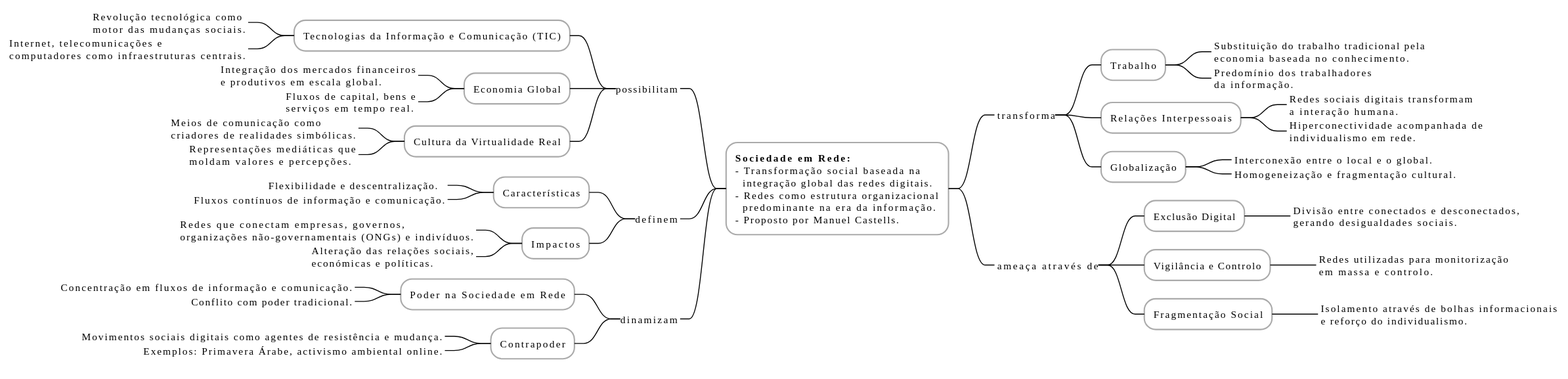
The PlantUML diagram 01_sociedade_em_rede_e_educacao_digital/figures/01_00_sociedade_em_rede_e_educacao_digital.svg in amgs/pged, before a commit. Its diagram source:
```plantuml
@startmindmap 01_00_sociedade_em_rede_e_educacao_digital
!define LIGHTBLUE
!includeurl https://gist.githubusercontent.com/amgs/de57560012a8a5f0e4240f392b678a40/raw/c903c6b4f16b60b5eef3248f093497faae378f51/style.puml

*:**Sociedade em Rede:**
- Transformação social baseada na
  integração global das redes digitais.
- Redes como estrutura organizacional
  predominante na era da informação.
- Proposto por Manuel Castells.;

left side

**_ possibilitam
*** Tecnologias da Informação e Comunicação (TIC)
****_:Revolução tecnológica como
motor das mudanças sociais.;
****_:Internet, telecomunicações e
computadores como infraestruturas centrais.;
*** Economia Global
****_:Integração dos mercados financeiros
e produtivos em escala global.;
****_:Fluxos de capital, bens e
serviços em tempo real.;
*** Cultura da Virtualidade Real
****_:Meios de comunicação como
criadores de realidades simbólicas.;
****_:Representações mediáticas que
moldam valores e percepções.;

**_ definem
*** Características
****_ Flexibilidade e descentralização.
****_ Fluxos contínuos de informação e comunicação.
*** Impactos
****_:Redes que conectam empresas, governos,
organizações não-governamentais (ONGs) e indivíduos.;
****_:Alteração das relações sociais,
económicas e políticas.;

**_ dinamizam
*** Poder na Sociedade em Rede
****_ Concentração em fluxos de informação e comunicação.
****_ Conflito com poder tradicional.
*** Contrapoder
****_ Movimentos sociais digitais como agentes de resistência e mudança.
****_ Exemplos: Primavera Árabe, activismo ambiental online.

right side

**_ transforma
*** Trabalho
****_:Substituição do trabalho tradicional pela
economia baseada no conhecimento.;
****_:Predomínio dos trabalhadores
da informação.;
*** Relações Interpessoais
****_:Redes sociais digitais transformam
a interação humana.;
****_:Hiperconectividade acompanhada de
individualismo em rede.;
*** Globalização
****_ Interconexão entre o local e o global.
****_ Homogeneização e fragmentação cultural.

**_ ameaça através de
*** Exclusão Digital
****_:Divisão entre conectados e desconectados,
gerando desigualdades sociais.;
*** Vigilância e Controlo
****_:Redes utilizadas para monitorização
em massa e controlo.;
*** Fragmentação Social
****_:Isolamento através de bolhas informacionais
e reforço do individualismo.;

@endmindmap
```
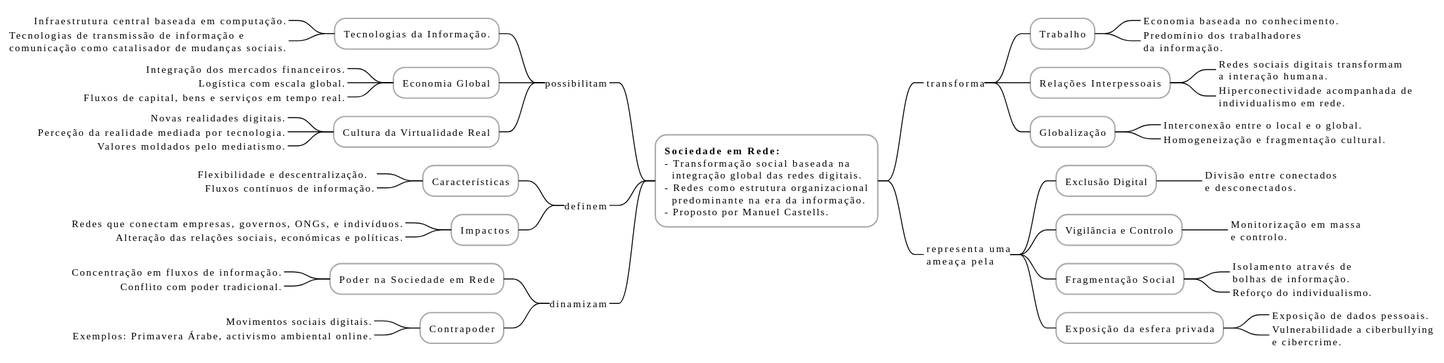
Above is the later version.

Commit message:
Improve 01_00 diagram.

Change to the diagram source:
```diff
@@ -12,46 +12,40 @@
 left side
 
 **_ possibilitam
-*** Tecnologias da Informação e Comunicação (TIC)
-****_:Revolução tecnológica como
-motor das mudanças sociais.;
-****_:Internet, telecomunicações e
-computadores como infraestruturas centrais.;
+*** Tecnologias da Informação.
+****_ Infraestrutura central baseada em computação.
+****_:Tecnologias de transmissão de informação e
+comunicação como catalisador de mudanças sociais.;
 *** Economia Global
-****_:Integração dos mercados financeiros
-e produtivos em escala global.;
-****_:Fluxos de capital, bens e
-serviços em tempo real.;
+****_ Integração dos mercados financeiros.
+****_ Logística com escala global.
+****_ Fluxos de capital, bens e serviços em tempo real.
 *** Cultura da Virtualidade Real
-****_:Meios de comunicação como
-criadores de realidades simbólicas.;
-****_:Representações mediáticas que
-moldam valores e percepções.;
+****_ Novas realidades digitais.
+****_ Perceção da realidade mediada por tecnologia.
+****_ Valores moldados pelo mediatismo.
 
 **_ definem
 *** Características
 ****_ Flexibilidade e descentralização.
-****_ Fluxos contínuos de informação e comunicação.
+****_ Fluxos contínuos de informação.
 *** Impactos
-****_:Redes que conectam empresas, governos,
-organizações não-governamentais (ONGs) e indivíduos.;
-****_:Alteração das relações sociais,
-económicas e políticas.;
+****_ Redes que conectam empresas, governos, ONGs, e indivíduos.
+****_ Alteração das relações sociais, económicas e políticas.
 
 **_ dinamizam
 *** Poder na Sociedade em Rede
-****_ Concentração em fluxos de informação e comunicação.
+****_ Concentração em fluxos de informação.
 ****_ Conflito com poder tradicional.
 *** Contrapoder
-****_ Movimentos sociais digitais como agentes de resistência e mudança.
+****_ Movimentos sociais digitais.
 ****_ Exemplos: Primavera Árabe, activismo ambiental online.
 
 right side
 
 **_ transforma
 *** Trabalho
-****_:Substituição do trabalho tradicional pela
-economia baseada no conhecimento.;
+****_ Economia baseada no conhecimento.
 ****_:Predomínio dos trabalhadores
 da informação.;
 *** Relações Interpessoais
@@ -63,15 +57,22 @@
 ****_ Interconexão entre o local e o global.
 ****_ Homogeneização e fragmentação cultural.
 
-**_ ameaça através de
+**_:representa uma
+ameaça pela;
 *** Exclusão Digital
-****_:Divisão entre conectados e desconectados,
-gerando desigualdades sociais.;
+****_:Divisão entre conectados
+e desconectados.;
 *** Vigilância e Controlo
-****_:Redes utilizadas para monitorização
-em massa e controlo.;
+****_:Monitorização em massa
+e controlo.;
 *** Fragmentação Social
-****_:Isolamento através de bolhas informacionais
-e reforço do individualismo.;
+****_:Isolamento através de
+bolhas de informação.;
+****_ Reforço do individualismo.
+*** Exposição da esfera privada
+****_ Exposição de dados pessoais.
+****_:Vulnerabilidade a ciberbullying
+e cibercrime.;
+
 
 @endmindmap
```
